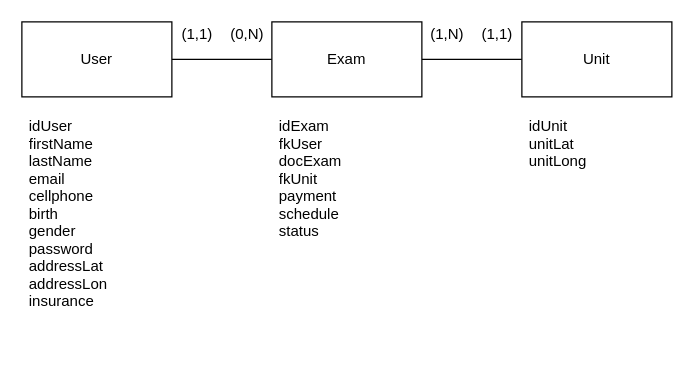
This is database/openclinic-db.drawio from felipe-dias-azevedo/open-clinic, a draw.io file, before an edit. Source tidied: cells renumbered, new cells numbered last; positions are measured from the earlier drawing's top-left corner, leaving out a move shared by most shapes. Both pictures are drawn from the tidied source at 125%, with x=0, y=0 at pixel (21, 21).
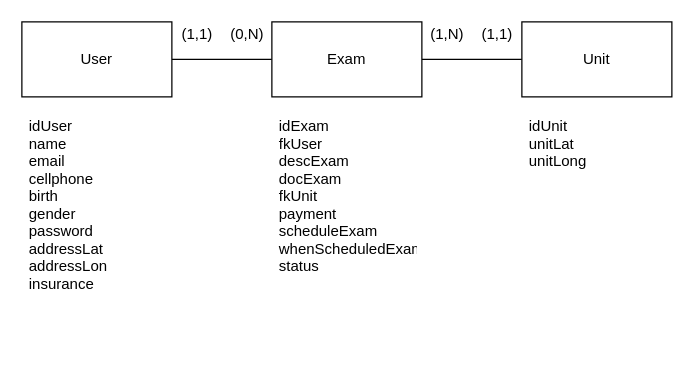
Above is the later version.

Diff of the diagram source:
```diff
@@
 <mxGraphModel>
   <root>
     <mxCell id="0" />
     <mxCell id="1" parent="0" />
     <mxCell id="2" style="edgeStyle=orthogonalEdgeStyle;rounded=0;jettySize=auto;html=1;entryX=0;entryY=0.5;entryDx=0;entryDy=0;startArrow=none;startFill=0;endArrow=none;endFill=0;" parent="1" edge="1" source="3" target="5">
       <mxGeometry relative="1" as="geometry" />
     </mxCell>
     <mxCell id="3" value="User" style="rounded=0;whiteSpace=wrap;html=1;" parent="1" vertex="1">
       <mxGeometry width="120" height="60" as="geometry" />
     </mxCell>
     <mxCell id="4" style="edgeStyle=orthogonalEdgeStyle;rounded=0;jettySize=auto;html=1;entryX=0;entryY=0.5;entryDx=0;entryDy=0;startArrow=none;startFill=0;endArrow=none;endFill=0;" parent="1" edge="1" source="5" target="6">
       <mxGeometry relative="1" as="geometry" />
     </mxCell>
     <mxCell id="5" value="Exam" style="rounded=0;whiteSpace=wrap;html=1;" parent="1" vertex="1">
       <mxGeometry x="200" width="120" height="60" as="geometry" />
     </mxCell>
     <mxCell id="6" value="Unit" style="rounded=0;whiteSpace=wrap;html=1;" parent="1" vertex="1">
       <mxGeometry x="400" width="120" height="60" as="geometry" />
     </mxCell>
-    <mxCell id="7" value="idUser&#10;firstName&#10;lastName&#10;email&#10;cellphone&#10;birth&#10;gender&#10;password&#10;addressLat&#10;addressLon&#10;insurance" style="text;strokeColor=none;fillColor=none;align=left;verticalAlign=top;spacingLeft=4;spacingRight=4;overflow=hidden;" parent="1" vertex="1">
+    <mxCell id="7" value="idUser&#10;name&#10;email&#10;cellphone&#10;birth&#10;gender&#10;password&#10;addressLat&#10;addressLon&#10;insurance" style="text;strokeColor=none;fillColor=none;align=left;verticalAlign=top;spacingLeft=4;spacingRight=4;overflow=hidden;" parent="1" vertex="1">
       <mxGeometry y="70" width="120" height="200" as="geometry" />
     </mxCell>
-    <mxCell id="8" value="idExam&#10;fkUser&#10;docExam&#10;fkUnit&#10;payment&#10;schedule&#10;status" style="text;strokeColor=none;fillColor=none;align=left;verticalAlign=top;spacingLeft=4;spacingRight=4;overflow=hidden;" parent="1" vertex="1">
-      <mxGeometry x="200" y="70" width="120" height="110" as="geometry" />
+    <mxCell id="8" value="idExam&#10;fkUser&#10;descExam&#10;docExam&#10;fkUnit&#10;payment&#10;scheduleExam&#10;whenScheduledExam&#10;status" style="text;strokeColor=none;fillColor=none;align=left;verticalAlign=top;spacingLeft=4;spacingRight=4;overflow=hidden;" parent="1" vertex="1">
+      <mxGeometry x="200" y="70" width="120" height="146" as="geometry" />
     </mxCell>
     <mxCell id="9" value="idUnit&#10;unitLat&#10;unitLong" style="text;strokeColor=none;fillColor=none;align=left;verticalAlign=top;spacingLeft=4;spacingRight=4;overflow=hidden;" parent="1" vertex="1">
       <mxGeometry x="400" y="70" width="120" height="90" as="geometry" />
     </mxCell>
     <mxCell id="10" value="(1,1)" style="text;html=1;align=center;verticalAlign=middle;" parent="1" vertex="1">
       <mxGeometry x="120" width="40" height="20" as="geometry" />
     </mxCell>
     <mxCell id="11" value="(0,N)" style="text;html=1;align=center;verticalAlign=middle;" parent="1" vertex="1">
       <mxGeometry x="160" width="40" height="20" as="geometry" />
     </mxCell>
     <mxCell id="12" value="(1,N)" style="text;html=1;align=center;verticalAlign=middle;" parent="1" vertex="1">
       <mxGeometry x="320" width="40" height="20" as="geometry" />
     </mxCell>
     <mxCell id="13" value="(1,1)" style="text;html=1;align=center;verticalAlign=middle;" parent="1" vertex="1">
       <mxGeometry x="360" width="40" height="20" as="geometry" />
     </mxCell>
   </root>
 </mxGraphModel>
```
